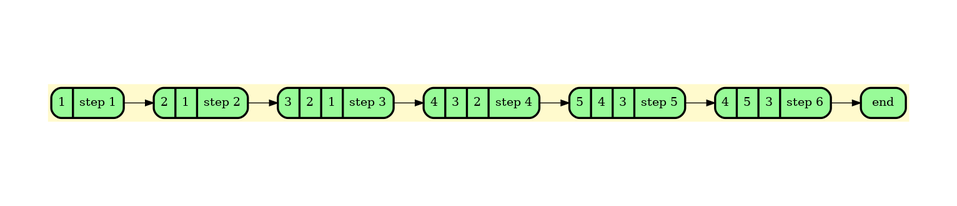
The Graphviz diagram graphDump/dump.png in BulgakovDmitry/LFU_cache, before a commit. Its source is kept beside it as graphDump/dump.gv. The source it was exported from:
```dot
digraph G {
    rankdir=LR;
    graph [margin="0.8,1.4"];
    node [style=filled, fontcolor=darkblue,    fillcolor=peachpuff, color="#252A34", penwidth=2.5];
    bgcolor="lemonchiffon";

	node_0 [shape=Mrecord; style = filled; fillcolor = palegreen;color = "#000000"; fontcolor = "#000000";  label=" {1 | step 1} "];
	node_1 [shape=Mrecord; style = filled; fillcolor = palegreen;color = "#000000"; fontcolor = "#000000";  label=" {2 | 1 | step 2} "];
	node_2 [shape=Mrecord; style = filled; fillcolor = palegreen;color = "#000000"; fontcolor = "#000000";  label=" {3 | 2 | 1 | step 3} "];
	node_3 [shape=Mrecord; style = filled; fillcolor = palegreen;color = "#000000"; fontcolor = "#000000";  label=" {4 | 3 | 2 | step 4} "];
	node_4 [shape=Mrecord; style = filled; fillcolor = palegreen;color = "#000000"; fontcolor = "#000000";  label=" {5 | 4 | 3 | step 5} "];
	node_5 [shape=Mrecord; style = filled; fillcolor = palegreen;color = "#000000"; fontcolor = "#000000";  label=" {4 | 5 | 3 | step 6} "];
	node_6 [shape=Mrecord; style = filled; fillcolor = palegreen;color = "#000000"; fontcolor = "#000000";  label=" { end }"];

	node_0 -> node_1
	node_1 -> node_2
	node_2 -> node_3
	node_3 -> node_4
	node_4 -> node_5
	node_5 -> node_6
}
```
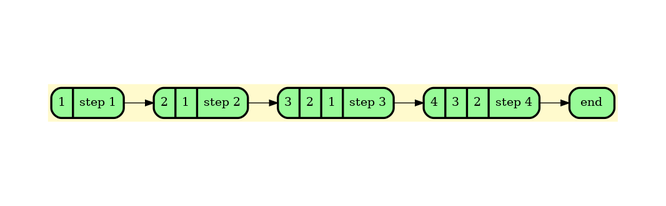
The same diagram one commit later.

Change to the diagram source:
```diff
@@ -8,14 +8,10 @@
 	node_1 [shape=Mrecord; style = filled; fillcolor = palegreen;color = "#000000"; fontcolor = "#000000";  label=" {2 | 1 | step 2} "];
 	node_2 [shape=Mrecord; style = filled; fillcolor = palegreen;color = "#000000"; fontcolor = "#000000";  label=" {3 | 2 | 1 | step 3} "];
 	node_3 [shape=Mrecord; style = filled; fillcolor = palegreen;color = "#000000"; fontcolor = "#000000";  label=" {4 | 3 | 2 | step 4} "];
-	node_4 [shape=Mrecord; style = filled; fillcolor = palegreen;color = "#000000"; fontcolor = "#000000";  label=" {5 | 4 | 3 | step 5} "];
-	node_5 [shape=Mrecord; style = filled; fillcolor = palegreen;color = "#000000"; fontcolor = "#000000";  label=" {4 | 5 | 3 | step 6} "];
-	node_6 [shape=Mrecord; style = filled; fillcolor = palegreen;color = "#000000"; fontcolor = "#000000";  label=" { end }"];
+	node_4 [shape=Mrecord; style = filled; fillcolor = palegreen;color = "#000000"; fontcolor = "#000000";  label=" { end }"];
 
 	node_0 -> node_1
 	node_1 -> node_2
 	node_2 -> node_3
 	node_3 -> node_4
-	node_4 -> node_5
-	node_5 -> node_6
 }
```
